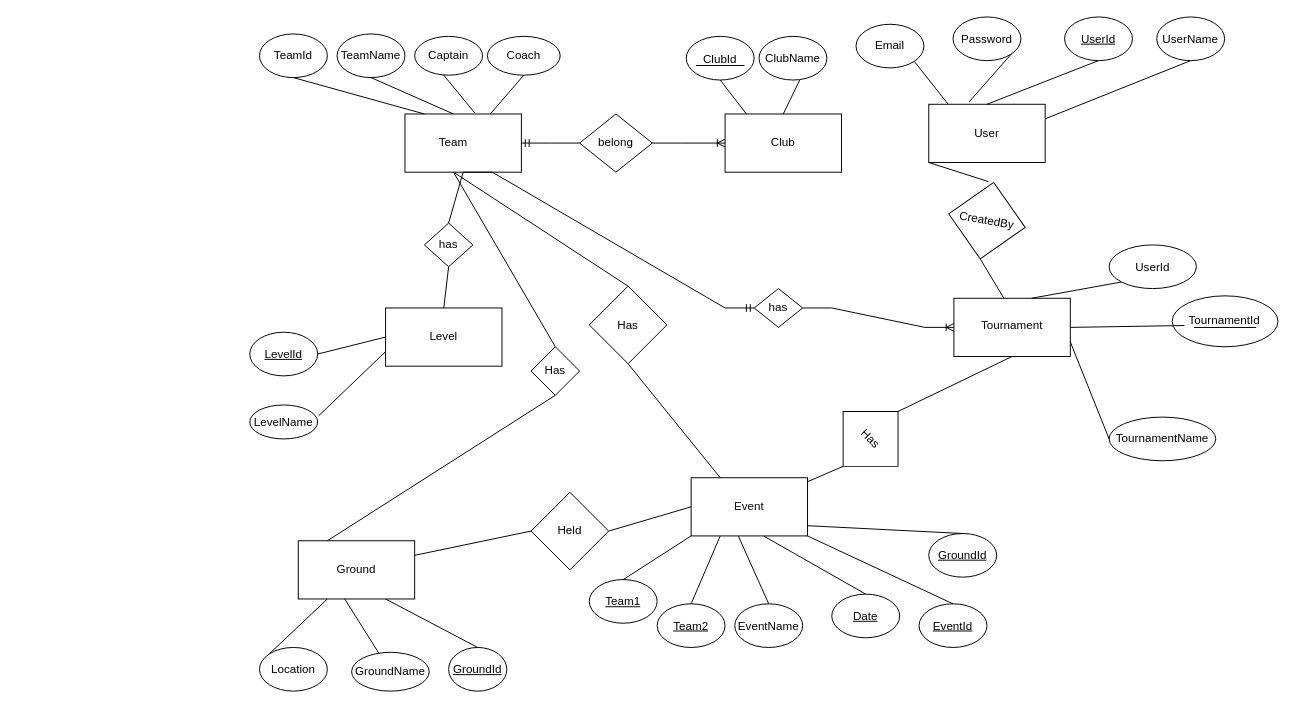
Before: Untitled Diagram.drawio in chamithopatha/Crickfix, a draw.io diagram. Source tidied: cells renumbered, new cells numbered last; positions are measured from the earlier drawing's top-left corner, leaving out a move shared by most shapes. Both pictures are drawn from the tidied source at 97%, with x=0, y=0 at pixel (249, 16).
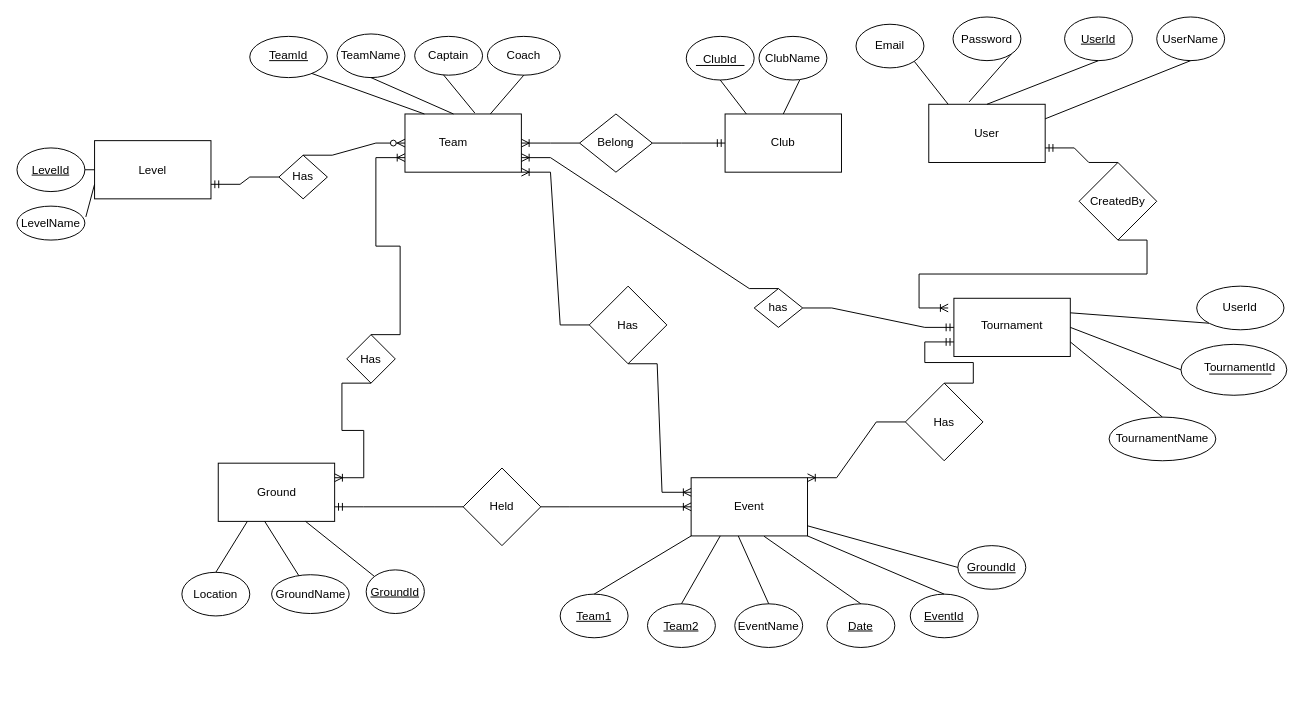
After the change.

The change refers to these unchanged cells:
```xml
<mxCell id="10" style="rounded=0;whiteSpace=wrap;html=1;" parent="1" vertex="1">
  <mxGeometry x="700" y="90" width="120" height="60" as="geometry" />
</mxCell>
<mxCell id="15" style="rounded=0;whiteSpace=wrap;html=1;" parent="1" vertex="1">
  <mxGeometry x="160" y="100" width="120" height="60" as="geometry" />
</mxCell>
<mxCell id="22" style="rounded=0;whiteSpace=wrap;html=1;" parent="1" vertex="1">
  <mxGeometry x="455" y="475" width="120" height="60" as="geometry" />
</mxCell>
<mxCell id="25" style="rounded=0;whiteSpace=wrap;html=1;" parent="1" vertex="1">
  <mxGeometry x="490" y="100" width="120" height="60" as="geometry" />
</mxCell>
<mxCell id="35" style="ellipse;whiteSpace=wrap;html=1;" parent="1" vertex="1">
  <mxGeometry x="885.9" y="412.5" width="110" height="45" as="geometry" />
</mxCell>
<mxCell id="36" style="rounded=0;whiteSpace=wrap;html=1;" parent="1" vertex="1">
  <mxGeometry x="725.9" y="290" width="120" height="60" as="geometry" />
</mxCell>
<mxCell id="58" value="has" style="rhombus;whiteSpace=wrap;html=1;rotation=0;" parent="1" vertex="1">
  <mxGeometry x="520" y="280" width="50" height="40" as="geometry" />
</mxCell>
<mxCell id="85" value="Has" style="rhombus;whiteSpace=wrap;html=1;" parent="1" vertex="1">
  <mxGeometry x="350" y="277.5" width="80" height="80" as="geometry" />
</mxCell>
```

What changed in the source:
```diff
@@
     <mxCell id="6" value="&lt;u&gt;Team2&lt;/u&gt;" style="ellipse;whiteSpace=wrap;html=1;" parent="1" vertex="1">
-      <mxGeometry x="420" y="605" width="70" height="45" as="geometry" />
+      <mxGeometry x="410" y="605" width="70" height="45" as="geometry" />
     </mxCell>
     <mxCell id="7" value="Location" style="ellipse;whiteSpace=wrap;html=1;" parent="1" vertex="1">
-      <mxGeometry x="10" y="650" width="70" height="45" as="geometry" />
+      <mxGeometry x="-70" y="572.5" width="70" height="45" as="geometry" />
     </mxCell>
     <mxCell id="8" value="GroundName" style="ellipse;whiteSpace=wrap;html=1;" parent="1" vertex="1">
-      <mxGeometry x="105" y="655" width="80" height="40" as="geometry" />
+      <mxGeometry x="22.5" y="575" width="80" height="40" as="geometry" />
     </mxCell>
     <mxCell id="9" value="&lt;u&gt;GroundId&lt;/u&gt;" style="ellipse;whiteSpace=wrap;html=1;" parent="1" vertex="1">
-      <mxGeometry x="205" y="650" width="60" height="45" as="geometry" />
+      <mxGeometry x="120" y="570" width="60" height="45" as="geometry" />
     </mxCell>
@@
-    <mxCell id="17" style="endArrow=none;html=1;rounded=0;entryX=0.5;entryY=1;entryDx=0;entryDy=0;exitX=0.25;exitY=0;exitDx=0;exitDy=0;" parent="1" edge="1" target="61">
+    <mxCell id="17" style="endArrow=none;html=1;rounded=0;entryX=0.75;entryY=1;entryDx=0;entryDy=0;exitX=0.25;exitY=0;exitDx=0;exitDy=0;" parent="1" edge="1" target="61">
       <mxGeometry relative="1" as="geometry">
         <mxPoint x="180" y="100" as="sourcePoint" />
       </mxGeometry>
     </mxCell>
@@
     <mxCell id="19" style="rounded=0;whiteSpace=wrap;html=1;" parent="1" vertex="1">
-      <mxGeometry x="50" y="540" width="120" height="60" as="geometry" />
+      <mxGeometry x="-32.5" y="460" width="120" height="60" as="geometry" />
     </mxCell>
     <mxCell id="20" value="Ground" style="text;html=1;strokeColor=none;fillColor=none;align=center;verticalAlign=middle;whiteSpace=wrap;rounded=0;" parent="1" vertex="1">
-      <mxGeometry x="80" y="555" width="60" height="30" as="geometry" />
+      <mxGeometry x="-2.5" y="475" width="60" height="30" as="geometry" />
     </mxCell>
     <mxCell id="21" value="Level" style="rounded=0;whiteSpace=wrap;html=1;" parent="1" vertex="1">
-      <mxGeometry x="140" y="300" width="120" height="60" as="geometry" />
+      <mxGeometry x="-160" y="127.5" width="120" height="60" as="geometry" />
     </mxCell>
@@
-    <mxCell id="24" style="endArrow=none;html=1;rounded=0;exitX=0.75;exitY=1;exitDx=0;exitDy=0;entryX=0.5;entryY=0;entryDx=0;entryDy=0;" parent="1" edge="1" source="19" target="9">
+    <mxCell id="24" style="endArrow=none;html=1;rounded=0;exitX=0.75;exitY=1;exitDx=0;exitDy=0;entryX=0;entryY=0;entryDx=0;entryDy=0;" parent="1" edge="1" source="19" target="9">
       <mxGeometry relative="1" as="geometry" />
     </mxCell>
@@
     <mxCell id="34" style="ellipse;whiteSpace=wrap;html=1;" parent="1" vertex="1">
-      <mxGeometry x="950.9" y="287.5" width="109.1" height="52.5" as="geometry" />
+      <mxGeometry x="960" y="337.5" width="109.1" height="52.5" as="geometry" />
     </mxCell>
@@
     <mxCell id="38" value="TournamentId" style="text;html=1;strokeColor=none;fillColor=none;align=center;verticalAlign=middle;whiteSpace=wrap;rounded=0;" parent="1" vertex="1">
-      <mxGeometry x="973.4" y="299.5" width="64.1" height="27.5" as="geometry" />
+      <mxGeometry x="989.1" y="347.5" width="64.1" height="27.5" as="geometry" />
     </mxCell>
@@
-    <mxCell id="41" style="endArrow=none;html=1;rounded=0;exitX=1;exitY=0.5;exitDx=0;exitDy=0;entryX=0;entryY=1;entryDx=0;entryDy=0;" parent="1" edge="1" source="36">
-      <mxGeometry relative="1" as="geometry">
-        <mxPoint x="963.5" y="318.1" as="targetPoint" />
-      </mxGeometry>
+    <mxCell id="41" style="endArrow=none;html=1;rounded=0;exitX=1;exitY=0.5;exitDx=0;exitDy=0;entryX=0;entryY=0.5;entryDx=0;entryDy=0;" parent="1" edge="1" source="36" target="34">
+      <mxGeometry relative="1" as="geometry" />
     </mxCell>
-    <mxCell id="42" style="endArrow=none;html=1;rounded=0;exitX=1;exitY=0.75;exitDx=0;exitDy=0;entryX=0;entryY=0.5;entryDx=0;entryDy=0;" parent="1" edge="1" source="36" target="35">
+    <mxCell id="42" style="endArrow=none;html=1;rounded=0;exitX=1;exitY=0.75;exitDx=0;exitDy=0;entryX=0.5;entryY=0;entryDx=0;entryDy=0;" parent="1" edge="1" source="36" target="35">
       <mxGeometry relative="1" as="geometry" />
     </mxCell>
-    <mxCell id="43" value="belong" style="shape=rhombus;perimeter=rhombusPerimeter;whiteSpace=wrap;html=1;align=center;" parent="1" vertex="1">
+    <mxCell id="43" value="Belong" style="shape=rhombus;perimeter=rhombusPerimeter;whiteSpace=wrap;html=1;align=center;" parent="1" vertex="1">
       <mxGeometry x="340" y="100" width="75" height="60" as="geometry" />
     </mxCell>
-    <mxCell id="44" style="edgeStyle=entityRelationEdgeStyle;fontSize=12;html=1;endArrow=ERoneToMany;rounded=0;exitX=1;exitY=0.5;exitDx=0;exitDy=0;entryX=0;entryY=0.5;entryDx=0;entryDy=0;" parent="1" edge="1" source="43" target="25">
+    <mxCell id="44" style="edgeStyle=entityRelationEdgeStyle;fontSize=12;html=1;endArrow=ERoneToMany;rounded=0;exitX=0;exitY=0.5;exitDx=0;exitDy=0;entryX=1;entryY=0.5;entryDx=0;entryDy=0;" parent="1" edge="1" source="43" target="15">
       <mxGeometry relative="1" as="geometry" />
     </mxCell>
@@
-    <mxCell id="47" value="has" style="rhombus;whiteSpace=wrap;html=1;rotation=0;" parent="1" vertex="1">
-      <mxGeometry x="180" y="212.5" width="50" height="45" as="geometry" />
+    <mxCell id="47" value="Has" style="rhombus;whiteSpace=wrap;html=1;rotation=0;" parent="1" vertex="1">
+      <mxGeometry x="30" y="142.5" width="50" height="45" as="geometry" />
     </mxCell>
@@
-    <mxCell id="50" style="endArrow=none;html=1;rounded=0;exitX=0.25;exitY=1;exitDx=0;exitDy=0;entryX=0;entryY=0;entryDx=0;entryDy=0;" parent="1" edge="1" source="19" target="7">
+    <mxCell id="50" style="endArrow=none;html=1;rounded=0;exitX=0.25;exitY=1;exitDx=0;exitDy=0;entryX=0.5;entryY=0;entryDx=0;entryDy=0;" parent="1" edge="1" source="19" target="7">
       <mxGeometry relative="1" as="geometry" />
     </mxCell>
@@
     <mxCell id="53" value="&lt;u&gt;LevelId&lt;/u&gt;" style="ellipse;whiteSpace=wrap;html=1;" parent="1" vertex="1">
-      <mxGeometry y="325" width="70" height="45" as="geometry" />
+      <mxGeometry x="-240" y="135" width="70" height="45" as="geometry" />
     </mxCell>
@@
     <mxCell id="55" value="LevelName" style="ellipse;whiteSpace=wrap;html=1;" parent="1" vertex="1">
-      <mxGeometry y="400" width="70" height="35" as="geometry" />
+      <mxGeometry x="-240" y="195" width="70" height="35" as="geometry" />
     </mxCell>
@@
-    <mxCell id="61" value="TeamId" style="ellipse;whiteSpace=wrap;html=1;" parent="1" vertex="1">
-      <mxGeometry x="10" y="17.5" width="70" height="45" as="geometry" />
-    </mxCell>
     <mxCell id="62" value="Has" style="rhombus;whiteSpace=wrap;html=1;rotation=0;" parent="1" vertex="1">
-      <mxGeometry x="290" y="340" width="50" height="50" as="geometry" />
+      <mxGeometry x="100" y="327.5" width="50" height="50" as="geometry" />
     </mxCell>
-    <mxCell id="63" style="edgeStyle=entityRelationEdgeStyle;fontSize=12;html=1;endArrow=ERmandOne;rounded=0;entryX=0;entryY=0.5;entryDx=0;entryDy=0;exitX=0.5;exitY=1;exitDx=0;exitDy=0;" parent="1" edge="1" source="15" target="58">
+    <mxCell id="63" style="edgeStyle=entityRelationEdgeStyle;fontSize=12;html=1;endArrow=ERmandOne;rounded=0;entryX=0;entryY=0.5;entryDx=0;entryDy=0;exitX=1;exitY=0.5;exitDx=0;exitDy=0;" parent="1" edge="1" source="58" target="36">
       <mxGeometry relative="1" as="geometry" />
     </mxCell>
-    <mxCell id="64" style="edgeStyle=entityRelationEdgeStyle;fontSize=12;html=1;endArrow=ERoneToMany;rounded=0;entryX=0;entryY=0.5;entryDx=0;entryDy=0;exitX=1;exitY=0.5;exitDx=0;exitDy=0;" parent="1" edge="1" source="58" target="36">
+    <mxCell id="64" style="edgeStyle=entityRelationEdgeStyle;fontSize=12;html=1;endArrow=ERoneToMany;rounded=0;entryX=1;entryY=0.75;entryDx=0;entryDy=0;exitX=0.5;exitY=0;exitDx=0;exitDy=0;" parent="1" edge="1" source="58" target="15">
       <mxGeometry relative="1" as="geometry" />
     </mxCell>
-    <mxCell id="65" style="edgeStyle=entityRelationEdgeStyle;fontSize=12;html=1;endArrow=ERmandOne;rounded=0;entryX=1;entryY=0.5;entryDx=0;entryDy=0;exitX=0;exitY=0.5;exitDx=0;exitDy=0;" parent="1" edge="1" source="43" target="15">
+    <mxCell id="65" style="edgeStyle=entityRelationEdgeStyle;fontSize=12;html=1;endArrow=ERmandOne;rounded=0;entryX=0;entryY=0.5;entryDx=0;entryDy=0;exitX=1;exitY=0.5;exitDx=0;exitDy=0;" parent="1" edge="1" source="43" target="25">
       <mxGeometry relative="1" as="geometry" />
     </mxCell>
@@
-    <mxCell id="69" style="endArrow=none;html=1;rounded=0;exitX=0;exitY=0.5;exitDx=0;exitDy=0;entryX=1;entryY=0.25;entryDx=0;entryDy=0;" parent="1" edge="1" source="94" target="19">
-      <mxGeometry relative="1" as="geometry" />
-    </mxCell>
     <mxCell id="70" value="&lt;u&gt;Team1&lt;/u&gt;" style="ellipse;whiteSpace=wrap;html=1;" parent="1" vertex="1">
-      <mxGeometry x="350" y="580" width="70" height="45" as="geometry" />
+      <mxGeometry x="320" y="595" width="70" height="45" as="geometry" />
     </mxCell>
@@
     <mxCell id="72" value="&lt;u&gt;Date&lt;/u&gt;" style="ellipse;whiteSpace=wrap;html=1;" parent="1" vertex="1">
-      <mxGeometry x="600" y="595" width="70" height="45" as="geometry" />
+      <mxGeometry x="595" y="605" width="70" height="45" as="geometry" />
     </mxCell>
@@
     <mxCell id="74" value="&lt;u&gt;EventId&lt;/u&gt;" style="ellipse;whiteSpace=wrap;html=1;" parent="1" vertex="1">
-      <mxGeometry x="690" y="605" width="70" height="45" as="geometry" />
+      <mxGeometry x="680.9" y="595" width="70" height="45" as="geometry" />
     </mxCell>
@@
     <mxCell id="76" value="&lt;u&gt;GroundId&lt;/u&gt;" style="ellipse;whiteSpace=wrap;html=1;" parent="1" vertex="1">
-      <mxGeometry x="700" y="532.5" width="70" height="45" as="geometry" />
+      <mxGeometry x="730" y="545" width="70" height="45" as="geometry" />
     </mxCell>
-    <mxCell id="77" style="endArrow=none;html=1;rounded=0;entryX=0.5;entryY=0;entryDx=0;entryDy=0;exitX=0.996;exitY=0.824;exitDx=0;exitDy=0;exitPerimeter=0;" parent="1" edge="1" source="22" target="76">
+    <mxCell id="77" style="endArrow=none;html=1;rounded=0;entryX=0;entryY=0.5;entryDx=0;entryDy=0;exitX=0.996;exitY=0.824;exitDx=0;exitDy=0;exitPerimeter=0;" parent="1" edge="1" source="22" target="76">
       <mxGeometry relative="1" as="geometry" />
     </mxCell>
@@
-    <mxCell id="80" style="endArrow=none;html=1;rounded=0;entryX=0.43;entryY=0.001;entryDx=0;entryDy=0;exitX=0.5;exitY=1;exitDx=0;exitDy=0;entryPerimeter=0;" parent="1" edge="1" source="96" target="36">
-      <mxGeometry relative="1" as="geometry" />
-    </mxCell>
-    <mxCell id="81" style="endArrow=none;html=1;rounded=0;exitX=1;exitY=0.5;exitDx=0;exitDy=0;entryX=0;entryY=1;entryDx=0;entryDy=0;" parent="1" edge="1" target="82">
-      <mxGeometry relative="1" as="geometry">
-        <mxPoint x="805.9" y="290" as="sourcePoint" />
-      </mxGeometry>
+    <mxCell id="81" style="endArrow=none;html=1;rounded=0;exitX=1;exitY=0.25;exitDx=0;exitDy=0;entryX=0;entryY=1;entryDx=0;entryDy=0;" parent="1" edge="1" source="36" target="82">
+      <mxGeometry relative="1" as="geometry" />
     </mxCell>
     <mxCell id="82" value="UserId" style="ellipse;whiteSpace=wrap;html=1;" parent="1" vertex="1">
-      <mxGeometry x="885.9" y="235" width="90" height="45" as="geometry" />
+      <mxGeometry x="976.2" y="277.5" width="90" height="45" as="geometry" />
     </mxCell>
-    <mxCell id="83" style="endArrow=none;html=1;rounded=0;exitX=0.5;exitY=0;exitDx=0;exitDy=0;" parent="1" edge="1" source="47">
-      <mxGeometry relative="1" as="geometry">
-        <mxPoint x="220" y="160" as="targetPoint" />
-      </mxGeometry>
-    </mxCell>
-    <mxCell id="84" style="endArrow=none;html=1;rounded=0;exitX=0.5;exitY=0;exitDx=0;exitDy=0;entryX=0.5;entryY=1;entryDx=0;entryDy=0;" parent="1" edge="1" source="21" target="47">
-      <mxGeometry relative="1" as="geometry" />
-    </mxCell>
@@
+    <mxCell id="94" value="Held" style="rhombus;whiteSpace=wrap;html=1;" parent="1" vertex="1">
+      <mxGeometry x="220" y="465" width="80" height="80" as="geometry" />
+    </mxCell>
+    <mxCell id="96" value="CreatedBy" style="rhombus;whiteSpace=wrap;html=1;rotation=0;" parent="1" vertex="1">
+      <mxGeometry x="855" y="150" width="80" height="80" as="geometry" />
+    </mxCell>
+    <mxCell id="97" style="ellipse;whiteSpace=wrap;html=1;" parent="1" vertex="1">
+      <mxGeometry y="20" width="80" height="42.5" as="geometry" />
+    </mxCell>
+    <mxCell id="61" value="TeamId" style="text;html=1;strokeColor=none;fillColor=none;align=center;verticalAlign=middle;whiteSpace=wrap;rounded=0;" parent="1" vertex="1">
+      <mxGeometry x="10" y="25" width="60" height="30" as="geometry" />
+    </mxCell>
+    <mxCell id="98" style="endArrow=none;html=1;rounded=0;" parent="1" edge="1">
+      <mxGeometry relative="1" as="geometry">
+        <mxPoint x="20" y="45" as="sourcePoint" />
+        <mxPoint x="60" y="45" as="targetPoint" />
+      </mxGeometry>
+    </mxCell>
+    <mxCell id="99" style="edgeStyle=entityRelationEdgeStyle;fontSize=12;html=1;endArrow=ERzeroToMany;endFill=1;rounded=0;entryX=0;entryY=0.5;entryDx=0;entryDy=0;exitX=0.5;exitY=0;exitDx=0;exitDy=0;" parent="1" edge="1" source="47" target="15">
+      <mxGeometry relative="1" as="geometry" />
+    </mxCell>
+    <mxCell id="100" style="edgeStyle=entityRelationEdgeStyle;fontSize=12;html=1;endArrow=ERmandOne;rounded=0;entryX=1;entryY=0.75;entryDx=0;entryDy=0;exitX=0;exitY=0.5;exitDx=0;exitDy=0;" parent="1" edge="1" source="47" target="21">
+      <mxGeometry relative="1" as="geometry">
+        <Array as="points">
+          <mxPoint x="350" y="240" />
+        </Array>
+      </mxGeometry>
+    </mxCell>
+    <mxCell id="101" style="edgeStyle=entityRelationEdgeStyle;fontSize=12;html=1;endArrow=ERoneToMany;rounded=0;exitX=0.5;exitY=1;exitDx=0;exitDy=0;" parent="1" edge="1" source="96">
+      <mxGeometry relative="1" as="geometry">
+        <mxPoint x="720" y="300" as="targetPoint" />
+      </mxGeometry>
+    </mxCell>
+    <mxCell id="102" style="edgeStyle=entityRelationEdgeStyle;fontSize=12;html=1;endArrow=ERmandOne;rounded=0;entryX=1;entryY=0.75;entryDx=0;entryDy=0;exitX=0.5;exitY=0;exitDx=0;exitDy=0;" parent="1" edge="1" source="96" target="10">
+      <mxGeometry relative="1" as="geometry" />
+    </mxCell>
+    <mxCell id="88" value="Has" style="rhombus;whiteSpace=wrap;html=1;" parent="1" vertex="1">
+      <mxGeometry x="675.9" y="377.5" width="80" height="80" as="geometry" />
+    </mxCell>
+    <mxCell id="90" style="edgeStyle=entityRelationEdgeStyle;fontSize=12;html=1;endArrow=ERoneToMany;rounded=0;exitX=0;exitY=0.5;exitDx=0;exitDy=0;entryX=1;entryY=0;entryDx=0;entryDy=0;" parent="1" edge="1" source="88" target="22">
+      <mxGeometry relative="1" as="geometry" />
+    </mxCell>
+    <mxCell id="89" style="edgeStyle=entityRelationEdgeStyle;fontSize=12;html=1;endArrow=ERmandOne;rounded=0;exitX=0.5;exitY=0;exitDx=0;exitDy=0;entryX=0;entryY=0.75;entryDx=0;entryDy=0;" parent="1" edge="1" source="88" target="36">
+      <mxGeometry relative="1" as="geometry" />
+    </mxCell>
+    <mxCell id="87" style="edgeStyle=entityRelationEdgeStyle;fontSize=12;html=1;endArrow=ERoneToMany;rounded=0;exitX=0.5;exitY=1;exitDx=0;exitDy=0;entryX=0;entryY=0.25;entryDx=0;entryDy=0;" parent="1" edge="1" source="85" target="22">
+      <mxGeometry relative="1" as="geometry" />
+    </mxCell>
-    <mxCell id="86" style="endArrow=none;html=1;rounded=0;exitX=0.5;exitY=0;exitDx=0;exitDy=0;entryX=0.417;entryY=1;entryDx=0;entryDy=0;entryPerimeter=0;" parent="1" edge="1" source="85" target="15">
+    <mxCell id="86" style="edgeStyle=entityRelationEdgeStyle;fontSize=12;html=1;endArrow=ERoneToMany;rounded=0;exitX=0;exitY=0.5;exitDx=0;exitDy=0;entryX=1;entryY=1;entryDx=0;entryDy=0;" parent="1" edge="1" source="85" target="15">
       <mxGeometry relative="1" as="geometry" />
     </mxCell>
-    <mxCell id="87" style="endArrow=none;html=1;rounded=0;entryX=0.25;entryY=0;entryDx=0;entryDy=0;exitX=0.5;exitY=1;exitDx=0;exitDy=0;" parent="1" edge="1" source="85" target="22">
-      <mxGeometry relative="1" as="geometry" />
-    </mxCell>
-    <mxCell id="88" value="Has" style="rhombus;whiteSpace=wrap;html=1;rotation=45;" parent="1" vertex="1">
-      <mxGeometry x="600" y="395" width="80" height="80" as="geometry" />
-    </mxCell>
-    <mxCell id="89" style="endArrow=none;html=1;rounded=0;exitX=0.5;exitY=0;exitDx=0;exitDy=0;entryX=0.5;entryY=1;entryDx=0;entryDy=0;" parent="1" edge="1" source="88" target="36">
-      <mxGeometry relative="1" as="geometry" />
-    </mxCell>
-    <mxCell id="90" style="endArrow=none;html=1;rounded=0;exitX=0.5;exitY=1;exitDx=0;exitDy=0;" parent="1" edge="1" source="88" target="22">
-      <mxGeometry relative="1" as="geometry" />
-    </mxCell>
-    <mxCell id="91" style="endArrow=none;html=1;rounded=0;entryX=0.5;entryY=1;entryDx=0;entryDy=0;exitX=0.25;exitY=0;exitDx=0;exitDy=0;" parent="1" edge="1" source="19" target="62">
-      <mxGeometry relative="1" as="geometry" />
-    </mxCell>
-    <mxCell id="92" style="endArrow=none;html=1;rounded=0;entryX=0.417;entryY=1;entryDx=0;entryDy=0;entryPerimeter=0;exitX=0.5;exitY=0;exitDx=0;exitDy=0;" parent="1" edge="1" source="62" target="15">
+    <mxCell id="92" style="edgeStyle=entityRelationEdgeStyle;fontSize=12;html=1;endArrow=ERoneToMany;rounded=0;exitX=0.5;exitY=0;exitDx=0;exitDy=0;entryX=0;entryY=0.75;entryDx=0;entryDy=0;" parent="1" edge="1" source="62" target="15">
       <mxGeometry relative="1" as="geometry" />
     </mxCell>
-    <mxCell id="93" style="endArrow=none;html=1;rounded=0;exitX=0;exitY=0.5;exitDx=0;exitDy=0;entryX=1;entryY=0.5;entryDx=0;entryDy=0;" parent="1" edge="1" source="22" target="94">
-      <mxGeometry relative="1" as="geometry" />
-    </mxCell>
-    <mxCell id="94" value="Held" style="rhombus;whiteSpace=wrap;html=1;" parent="1" vertex="1">
-      <mxGeometry x="290" y="490" width="80" height="80" as="geometry" />
-    </mxCell>
-    <mxCell id="95" style="endArrow=none;html=1;rounded=0;entryX=0.43;entryY=0.001;entryDx=0;entryDy=0;exitX=0;exitY=1;exitDx=0;exitDy=0;entryPerimeter=0;" parent="1" edge="1" source="10" target="96">
-      <mxGeometry relative="1" as="geometry" />
-    </mxCell>
-    <mxCell id="96" value="CreatedBy" style="rhombus;whiteSpace=wrap;html=1;rotation=10;" parent="1" vertex="1">
-      <mxGeometry x="720" y="170" width="80" height="80" as="geometry" />
-    </mxCell>
+    <mxCell id="103" style="edgeStyle=entityRelationEdgeStyle;fontSize=12;html=1;endArrow=ERoneToMany;rounded=0;exitX=0.5;exitY=1;exitDx=0;exitDy=0;entryX=1;entryY=0.25;entryDx=0;entryDy=0;" parent="1" edge="1" source="62" target="19">
+      <mxGeometry relative="1" as="geometry" />
+    </mxCell>
+    <mxCell id="104" style="edgeStyle=entityRelationEdgeStyle;fontSize=12;html=1;endArrow=ERoneToMany;rounded=0;exitX=1;exitY=0.5;exitDx=0;exitDy=0;entryX=0;entryY=0.5;entryDx=0;entryDy=0;" parent="1" edge="1" source="94" target="22">
+      <mxGeometry relative="1" as="geometry" />
+    </mxCell>
+    <mxCell id="69" style="edgeStyle=entityRelationEdgeStyle;fontSize=12;html=1;endArrow=ERmandOne;rounded=0;entryX=1;entryY=0.75;entryDx=0;entryDy=0;exitX=0;exitY=0.5;exitDx=0;exitDy=0;" parent="1" edge="1" source="94" target="19">
+      <mxGeometry relative="1" as="geometry" />
+    </mxCell>
```
